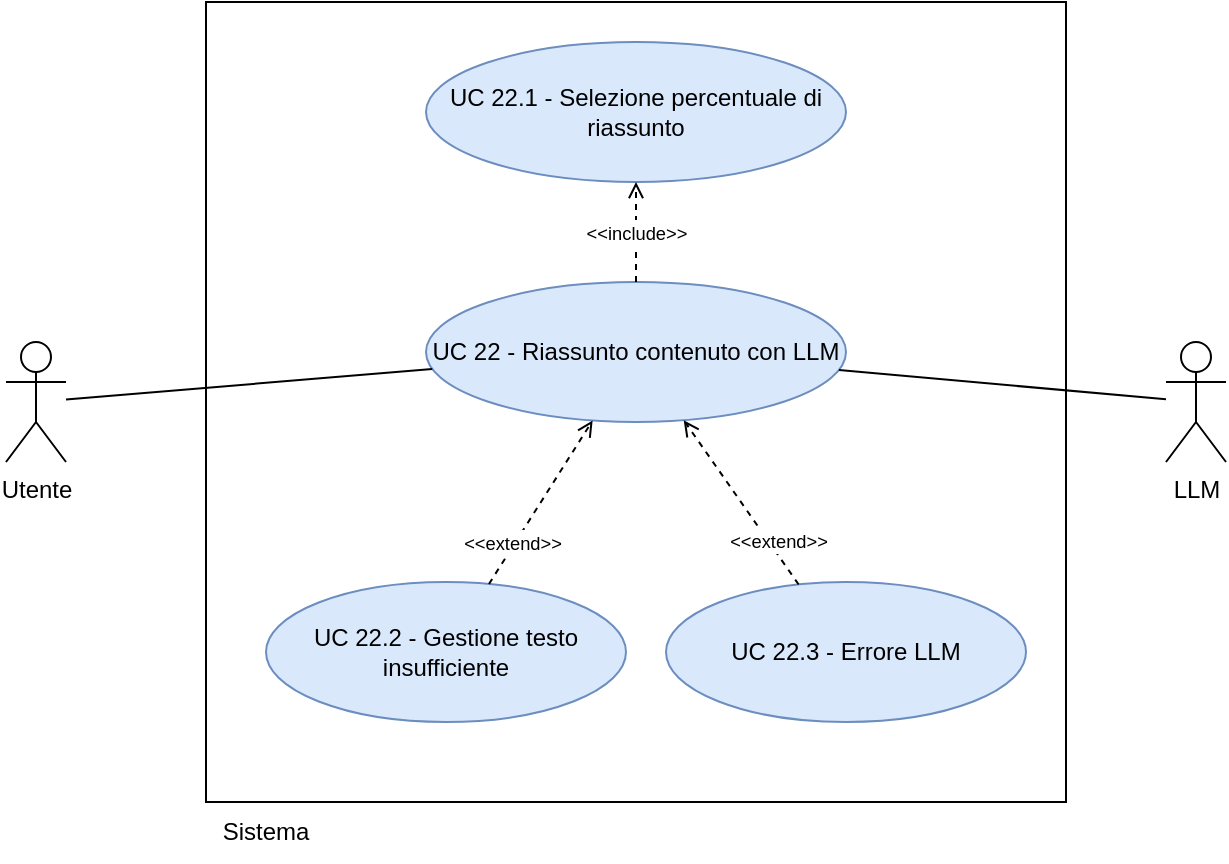
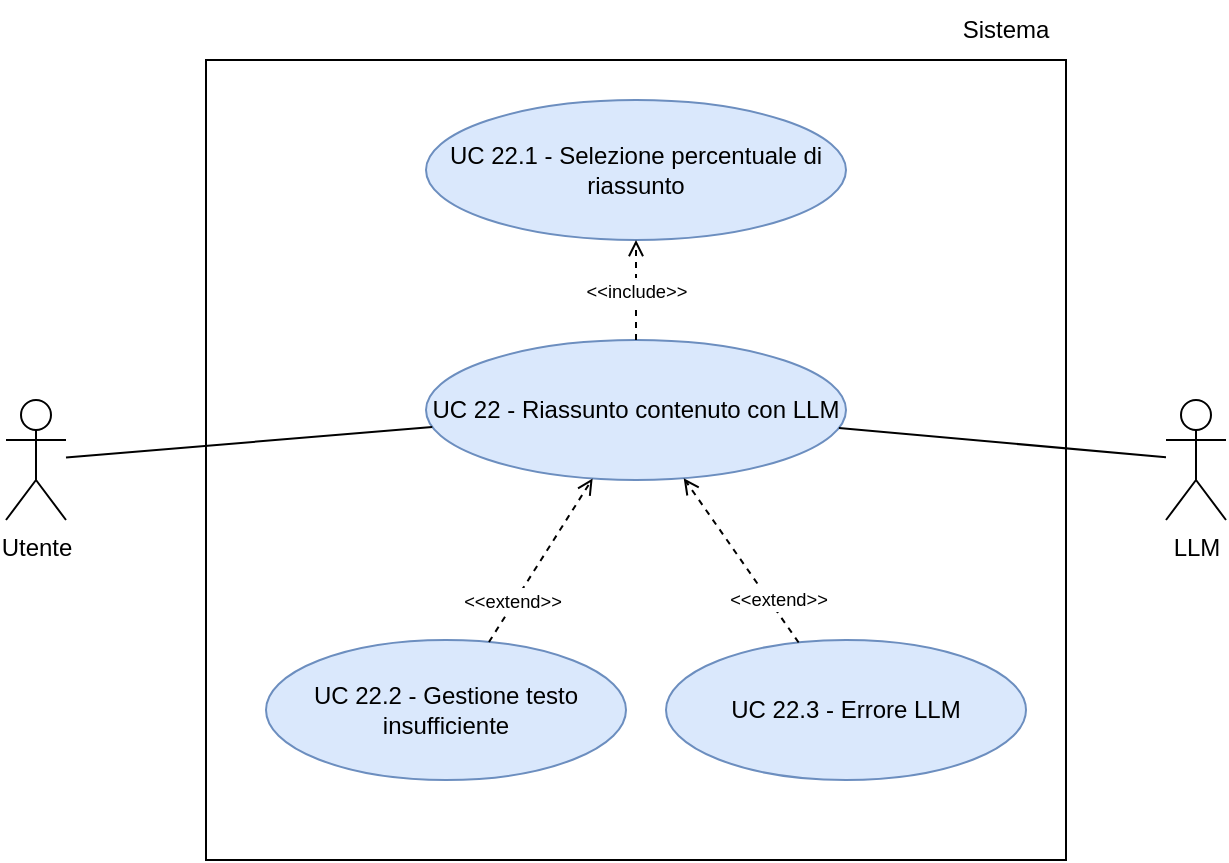
- <mxfile host="app.diagrams.net">
-   <diagram name="UC 11 - Gestione Codice" id="Kt2Dgr2KxfvWRwyXOeAN">
-     <mxGraphModel dx="1062" dy="671" grid="1" gridSize="10" guides="1" tooltips="1" connect="1" arrows="1" fold="1" page="1" pageScale="1" pageWidth="850" pageHeight="1100" math="0" shadow="0">
-       <root>
-         <mxCell id="0" />
-         <mxCell id="1" parent="0" />
-         <mxCell id="p2sep0m7qQ60FvVHNfT_-703" parent="1" style="shape=umlActor;verticalLabelPosition=bottom;verticalAlign=top;html=1;outlineConnect=0;" value="Utente" vertex="1">
-           <mxGeometry height="60" width="30" x="80" y="330" as="geometry" />
-         </mxCell>
-         <mxCell id="p2sep0m7qQ60FvVHNfT_-704" parent="1" style="shape=umlActor;verticalLabelPosition=bottom;verticalAlign=top;html=1;outlineConnect=0;" value="LLM" vertex="1">
-           <mxGeometry height="60" width="30" x="660" y="330" as="geometry" />
-         </mxCell>
-         <mxCell id="p2sep0m7qQ60FvVHNfT_-705" parent="1" style="whiteSpace=wrap;html=1;" value="" vertex="1">
-           <mxGeometry height="400" width="430" x="180" y="160" as="geometry" />
-         </mxCell>
-         <mxCell id="p2sep0m7qQ60FvVHNfT_-706" parent="1" style="text;html=1;whiteSpace=wrap;strokeColor=none;fillColor=none;align=center;verticalAlign=middle;rounded=0;" value="Sistema" vertex="1">
-           <mxGeometry height="30" width="60" x="180" y="560" as="geometry" />
-         </mxCell>
-         <mxCell id="p2sep0m7qQ60FvVHNfT_-707" parent="1" style="ellipse;whiteSpace=wrap;html=1;fillColor=#dae8fc;strokeColor=#6c8ebf;" value="UC 22 - Riassunto contenuto con LLM" vertex="1">
-           <mxGeometry height="70" width="210" x="290" y="300" as="geometry" />
-         </mxCell>
-         <mxCell id="p2sep0m7qQ60FvVHNfT_-708" parent="1" style="ellipse;whiteSpace=wrap;html=1;fillColor=#dae8fc;strokeColor=#6c8ebf;" value="UC 22.1 - Selezione percentuale di riassunto" vertex="1">
-           <mxGeometry height="70" width="210" x="290" y="180" as="geometry" />
-         </mxCell>
-         <mxCell id="p2sep0m7qQ60FvVHNfT_-709" parent="1" style="ellipse;whiteSpace=wrap;html=1;fillColor=#dae8fc;strokeColor=#6c8ebf;" value="UC 22.2 - Gestione testo insufficiente" vertex="1">
-           <mxGeometry height="70" width="180" x="210" y="450" as="geometry" />
-         </mxCell>
-         <mxCell id="p2sep0m7qQ60FvVHNfT_-710" parent="1" style="ellipse;whiteSpace=wrap;html=1;fillColor=#dae8fc;strokeColor=#6c8ebf;" value="UC 22.3 - Errore LLM" vertex="1">
-           <mxGeometry height="70" width="180" x="410" y="450" as="geometry" />
-         </mxCell>
-         <mxCell id="p2sep0m7qQ60FvVHNfT_-711" edge="1" parent="1" source="p2sep0m7qQ60FvVHNfT_-703" style="edgeStyle=none;rounded=0;orthogonalLoop=1;jettySize=auto;html=1;endArrow=none;endFill=0;" target="p2sep0m7qQ60FvVHNfT_-707">
-           <mxGeometry relative="1" as="geometry" />
-         </mxCell>
-         <mxCell id="p2sep0m7qQ60FvVHNfT_-712" edge="1" parent="1" source="p2sep0m7qQ60FvVHNfT_-707" style="edgeStyle=none;rounded=0;orthogonalLoop=1;jettySize=auto;html=1;endArrow=none;endFill=0;" target="p2sep0m7qQ60FvVHNfT_-704">
-           <mxGeometry relative="1" as="geometry" />
-         </mxCell>
-         <mxCell id="p2sep0m7qQ60FvVHNfT_-713" edge="1" parent="1" source="p2sep0m7qQ60FvVHNfT_-707" style="edgeStyle=none;rounded=0;orthogonalLoop=1;jettySize=auto;html=1;endArrow=open;endFill=0;dashed=1;" target="p2sep0m7qQ60FvVHNfT_-708" value="&lt;small&gt;&amp;lt;&amp;lt;include&amp;gt;&amp;gt;&lt;/small&gt;">
-           <mxGeometry relative="1" as="geometry" />
-         </mxCell>
-         <mxCell id="p2sep0m7qQ60FvVHNfT_-714" edge="1" parent="1" source="p2sep0m7qQ60FvVHNfT_-709" style="edgeStyle=none;rounded=0;orthogonalLoop=1;jettySize=auto;html=1;endArrow=open;endFill=0;dashed=1;" target="p2sep0m7qQ60FvVHNfT_-707" value="&lt;small&gt;&amp;lt;&amp;lt;extend&amp;gt;&amp;gt;&lt;/small&gt;">
-           <mxGeometry relative="1" x="-0.501" y="1" as="geometry">
-             <mxPoint as="offset" />
-           </mxGeometry>
-         </mxCell>
-         <mxCell id="p2sep0m7qQ60FvVHNfT_-715" edge="1" parent="1" source="p2sep0m7qQ60FvVHNfT_-710" style="edgeStyle=none;rounded=0;orthogonalLoop=1;jettySize=auto;html=1;endArrow=open;endFill=0;dashed=1;" target="p2sep0m7qQ60FvVHNfT_-707" value="&lt;small&gt;&amp;lt;&amp;lt;extend&amp;gt;&amp;gt;&lt;/small&gt;">
-           <mxGeometry relative="1" x="-0.5161" y="-4" as="geometry">
-             <mxPoint as="offset" />
-           </mxGeometry>
-         </mxCell>
-       </root>
-     </mxGraphModel>
-   </diagram>
- </mxfile>
+ <mxGraphModel dx="961" dy="502" grid="1" gridSize="10" guides="1" tooltips="1" connect="1" arrows="1" fold="1" page="1" pageScale="1" pageWidth="850" pageHeight="1100" math="0" shadow="0">
+   <root>
+     <mxCell id="0" />
+     <mxCell id="1" parent="0" />
+     <mxCell id="p2sep0m7qQ60FvVHNfT_-703" parent="1" style="shape=umlActor;verticalLabelPosition=bottom;verticalAlign=top;html=1;outlineConnect=0;" value="Utente" vertex="1">
+       <mxGeometry height="60" width="30" x="80" y="330" as="geometry" />
+     </mxCell>
+     <mxCell id="p2sep0m7qQ60FvVHNfT_-704" parent="1" style="shape=umlActor;verticalLabelPosition=bottom;verticalAlign=top;html=1;outlineConnect=0;" value="LLM" vertex="1">
+       <mxGeometry height="60" width="30" x="660" y="330" as="geometry" />
+     </mxCell>
+     <mxCell id="p2sep0m7qQ60FvVHNfT_-705" parent="1" style="whiteSpace=wrap;html=1;" value="" vertex="1">
+       <mxGeometry height="400" width="430" x="180" y="160" as="geometry" />
+     </mxCell>
+     <mxCell id="p2sep0m7qQ60FvVHNfT_-706" parent="1" style="text;html=1;whiteSpace=wrap;strokeColor=none;fillColor=none;align=center;verticalAlign=middle;rounded=0;" value="Sistema" vertex="1">
+       <mxGeometry height="30" width="60" x="550" y="130" as="geometry" />
+     </mxCell>
+     <mxCell id="p2sep0m7qQ60FvVHNfT_-707" parent="1" style="ellipse;whiteSpace=wrap;html=1;fillColor=#dae8fc;strokeColor=#6c8ebf;" value="UC 22 - Riassunto contenuto con LLM" vertex="1">
+       <mxGeometry height="70" width="210" x="290" y="300" as="geometry" />
+     </mxCell>
+     <mxCell id="p2sep0m7qQ60FvVHNfT_-708" parent="1" style="ellipse;whiteSpace=wrap;html=1;fillColor=#dae8fc;strokeColor=#6c8ebf;" value="UC 22.1 - Selezione percentuale di riassunto" vertex="1">
+       <mxGeometry height="70" width="210" x="290" y="180" as="geometry" />
+     </mxCell>
+     <mxCell id="p2sep0m7qQ60FvVHNfT_-709" parent="1" style="ellipse;whiteSpace=wrap;html=1;fillColor=#dae8fc;strokeColor=#6c8ebf;" value="UC 22.2 - Gestione testo insufficiente" vertex="1">
+       <mxGeometry height="70" width="180" x="210" y="450" as="geometry" />
+     </mxCell>
+     <mxCell id="p2sep0m7qQ60FvVHNfT_-710" parent="1" style="ellipse;whiteSpace=wrap;html=1;fillColor=#dae8fc;strokeColor=#6c8ebf;" value="UC 22.3 - Errore LLM" vertex="1">
+       <mxGeometry height="70" width="180" x="410" y="450" as="geometry" />
+     </mxCell>
+     <mxCell id="p2sep0m7qQ60FvVHNfT_-711" edge="1" parent="1" source="p2sep0m7qQ60FvVHNfT_-703" style="edgeStyle=none;rounded=0;orthogonalLoop=1;jettySize=auto;html=1;endArrow=none;endFill=0;" target="p2sep0m7qQ60FvVHNfT_-707">
+       <mxGeometry relative="1" as="geometry" />
+     </mxCell>
+     <mxCell id="p2sep0m7qQ60FvVHNfT_-712" edge="1" parent="1" source="p2sep0m7qQ60FvVHNfT_-707" style="edgeStyle=none;rounded=0;orthogonalLoop=1;jettySize=auto;html=1;endArrow=none;endFill=0;" target="p2sep0m7qQ60FvVHNfT_-704">
+       <mxGeometry relative="1" as="geometry" />
+     </mxCell>
+     <mxCell id="p2sep0m7qQ60FvVHNfT_-713" edge="1" parent="1" source="p2sep0m7qQ60FvVHNfT_-707" style="edgeStyle=none;rounded=0;orthogonalLoop=1;jettySize=auto;html=1;endArrow=open;endFill=0;dashed=1;" target="p2sep0m7qQ60FvVHNfT_-708" value="&lt;small&gt;&amp;lt;&amp;lt;include&amp;gt;&amp;gt;&lt;/small&gt;">
+       <mxGeometry relative="1" as="geometry" />
+     </mxCell>
+     <mxCell id="p2sep0m7qQ60FvVHNfT_-714" edge="1" parent="1" source="p2sep0m7qQ60FvVHNfT_-709" style="edgeStyle=none;rounded=0;orthogonalLoop=1;jettySize=auto;html=1;endArrow=open;endFill=0;dashed=1;" target="p2sep0m7qQ60FvVHNfT_-707" value="&lt;small&gt;&amp;lt;&amp;lt;extend&amp;gt;&amp;gt;&lt;/small&gt;">
+       <mxGeometry relative="1" x="-0.501" y="1" as="geometry">
+         <mxPoint as="offset" />
+       </mxGeometry>
+     </mxCell>
+     <mxCell id="p2sep0m7qQ60FvVHNfT_-715" edge="1" parent="1" source="p2sep0m7qQ60FvVHNfT_-710" style="edgeStyle=none;rounded=0;orthogonalLoop=1;jettySize=auto;html=1;endArrow=open;endFill=0;dashed=1;" target="p2sep0m7qQ60FvVHNfT_-707" value="&lt;small&gt;&amp;lt;&amp;lt;extend&amp;gt;&amp;gt;&lt;/small&gt;">
+       <mxGeometry relative="1" x="-0.5161" y="-4" as="geometry">
+         <mxPoint as="offset" />
+       </mxGeometry>
+     </mxCell>
+   </root>
+ </mxGraphModel>
